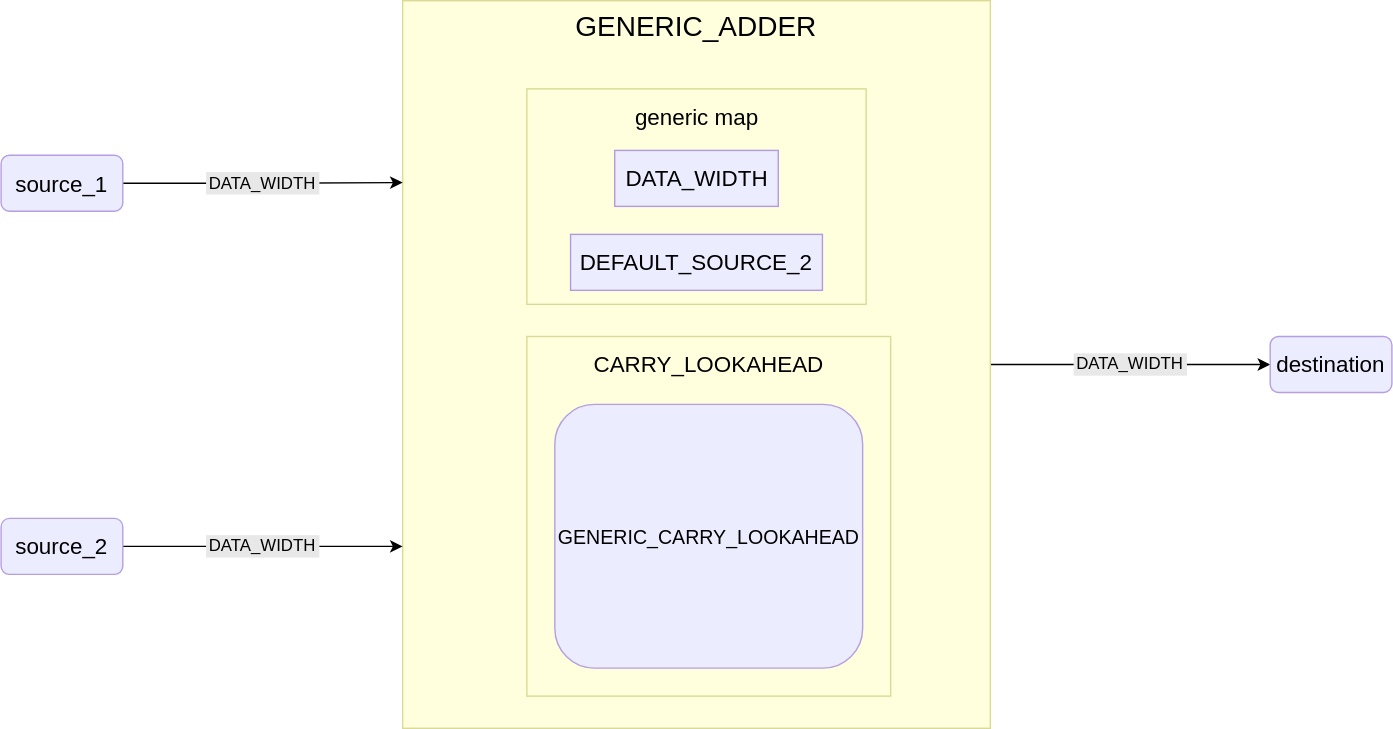
The draw.io diagram public/images/reference/report_components/generic_adder.drawio.svg in insper-riscv/docs, before a commit. Source tidied: cells renumbered, new cells last; positions are measured from the earlier drawing's top-left corner, leaving out a move shared by most shapes. The source it was exported from:
```xml
<mxGraphModel>
  <root>
    <mxCell id="0" />
    <mxCell id="1" parent="0" />
    <mxCell id="2" style="edgeStyle=orthogonalEdgeStyle;rounded=0;jettySize=auto;html=1;entryX=0;entryY=0.5;entryDx=0;entryDy=0;" parent="1" edge="1" source="3" target="11">
      <mxGeometry relative="1" as="geometry" />
    </mxCell>
    <mxCell id="3" value="GENERIC_ADDER" style="rounded=0;whiteSpace=wrap;html=1;fillColor=#ffffde;strokeColor=#dada94;verticalAlign=top;fontSize=20;" parent="1" vertex="1">
      <mxGeometry x="287" width="420" height="520" as="geometry" />
    </mxCell>
    <mxCell id="4" value="&lt;span style=&quot;font-size: 16px;&quot;&gt;generic map&lt;/span&gt;" style="rounded=0;whiteSpace=wrap;html=1;fillColor=#ffffde;strokeColor=#dada94;verticalAlign=top;fontSize=20;" parent="1" vertex="1">
      <mxGeometry x="375.8" y="63" width="242.5" height="154" as="geometry" />
    </mxCell>
    <mxCell id="5" value="DATA_WIDTH" style="rounded=0;whiteSpace=wrap;html=1;fillColor=#ececff;strokeColor=#b29ae1;fontSize=16;" parent="1" vertex="1">
      <mxGeometry x="438.6" y="107" width="116.9" height="40" as="geometry" />
    </mxCell>
    <mxCell id="6" style="edgeStyle=orthogonalEdgeStyle;rounded=0;jettySize=auto;html=1;entryX=0;entryY=0.25;entryDx=0;entryDy=0;strokeWidth=1;" parent="1" edge="1" source="7" target="3">
      <mxGeometry relative="1" as="geometry" />
    </mxCell>
    <mxCell id="7" value="source_1" style="rounded=1;whiteSpace=wrap;html=1;fillColor=#ececff;strokeColor=#b59fe2;fontSize=16;" parent="1" vertex="1">
      <mxGeometry y="110.5" width="87" height="40" as="geometry" />
    </mxCell>
    <mxCell id="8" value="DEFAULT_SOURCE_2" style="rounded=0;whiteSpace=wrap;html=1;fillColor=#ececff;strokeColor=#b29ae1;fontSize=16;" parent="1" vertex="1">
      <mxGeometry x="407" y="167" width="180" height="40" as="geometry" />
    </mxCell>
    <mxCell id="9" style="edgeStyle=orthogonalEdgeStyle;rounded=0;jettySize=auto;html=1;entryX=0;entryY=0.75;entryDx=0;entryDy=0;" parent="1" edge="1" source="10" target="3">
      <mxGeometry relative="1" as="geometry" />
    </mxCell>
    <mxCell id="10" value="source_2" style="rounded=1;whiteSpace=wrap;html=1;fillColor=#ececff;strokeColor=#b59fe2;fontSize=16;" parent="1" vertex="1">
      <mxGeometry y="370" width="87" height="40" as="geometry" />
    </mxCell>
    <mxCell id="11" value="destination" style="rounded=1;whiteSpace=wrap;html=1;fillColor=#ececff;strokeColor=#b59fe2;fontSize=16;" parent="1" vertex="1">
      <mxGeometry x="907" y="240" width="87" height="40" as="geometry" />
    </mxCell>
    <mxCell id="12" value="DATA_WIDTH" style="rounded=0;whiteSpace=wrap;html=1;fillColor=#e8e8e8;strokeColor=#e8e8e8;" parent="1" vertex="1">
      <mxGeometry x="147" y="123" width="80" height="15" as="geometry" />
    </mxCell>
    <mxCell id="13" value="DATA_WIDTH" style="rounded=0;whiteSpace=wrap;html=1;fillColor=#e8e8e8;strokeColor=#e8e8e8;" parent="1" vertex="1">
      <mxGeometry x="147" y="382.5" width="80" height="15" as="geometry" />
    </mxCell>
    <mxCell id="14" value="DATA_WIDTH" style="rounded=0;whiteSpace=wrap;html=1;fillColor=#e8e8e8;strokeColor=#e8e8e8;" parent="1" vertex="1">
      <mxGeometry x="767" y="252.5" width="80" height="15" as="geometry" />
    </mxCell>
    <mxCell id="15" value="&lt;span style=&quot;font-size: 16px;&quot;&gt;CARRY_LOOKAHEAD&lt;/span&gt;" style="rounded=0;whiteSpace=wrap;html=1;fillColor=#ffffde;strokeColor=#dada94;verticalAlign=top;fontSize=20;" parent="1" vertex="1">
      <mxGeometry x="375.8" y="240" width="260" height="257" as="geometry" />
    </mxCell>
    <mxCell id="16" value="&lt;font style=&quot;font-size: 14px;&quot;&gt;GENERIC_CARRY_LOOKAHEAD&lt;/font&gt;" style="rounded=1;whiteSpace=wrap;html=1;fillColor=#ececff;strokeColor=#b59fe2;fontSize=16;" parent="1" vertex="1">
      <mxGeometry x="395.8" y="288.5" width="220" height="188.5" as="geometry" />
    </mxCell>
  </root>
</mxGraphModel>
```
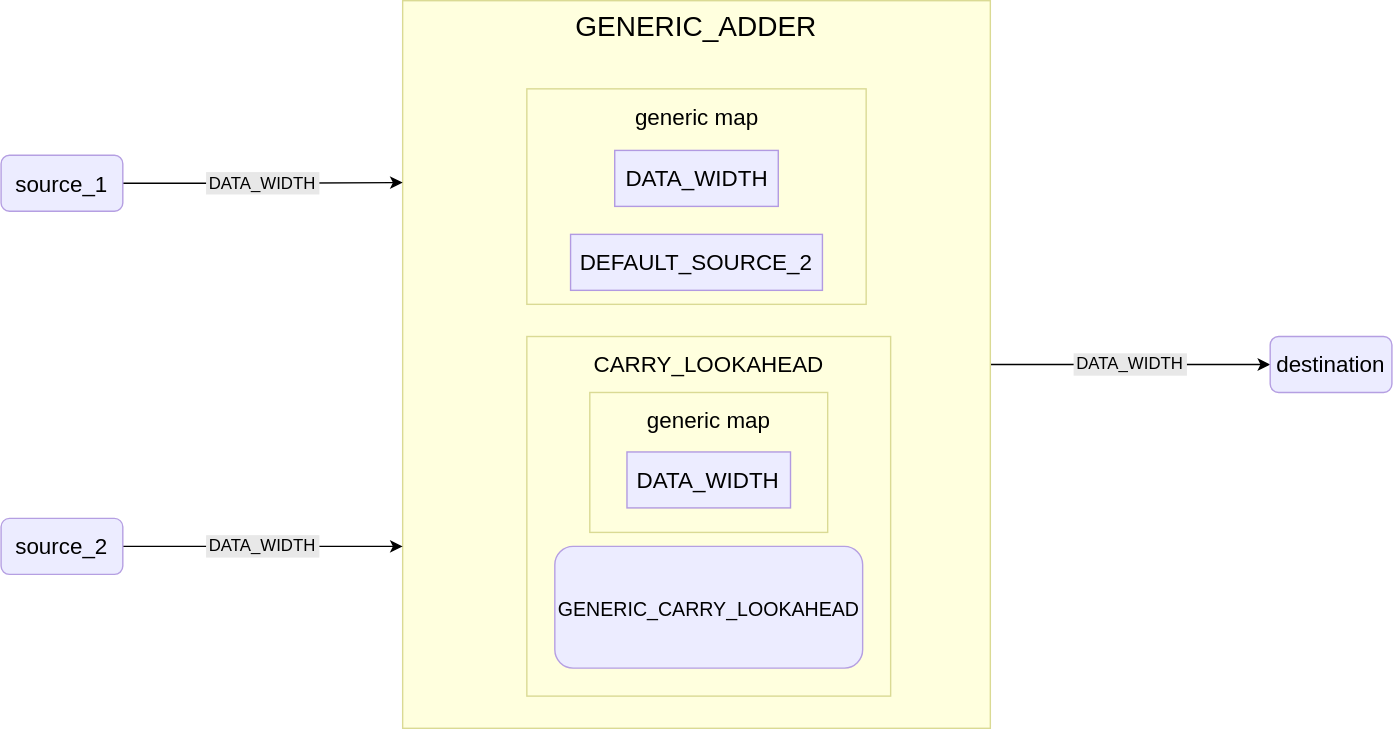
After the change.

Diff of the diagram source:
```diff
@@ -45,7 +45,13 @@
       <mxGeometry x="375.8" y="240" width="260" height="257" as="geometry" />
     </mxCell>
     <mxCell id="16" value="&lt;font style=&quot;font-size: 14px;&quot;&gt;GENERIC_CARRY_LOOKAHEAD&lt;/font&gt;" style="rounded=1;whiteSpace=wrap;html=1;fillColor=#ececff;strokeColor=#b59fe2;fontSize=16;" parent="1" vertex="1">
-      <mxGeometry x="395.8" y="288.5" width="220" height="188.5" as="geometry" />
+      <mxGeometry x="395.8" y="390" width="220" height="87" as="geometry" />
     </mxCell>
+    <mxCell id="17" value="&lt;span style=&quot;font-size: 16px;&quot;&gt;generic map&lt;/span&gt;" style="rounded=0;whiteSpace=wrap;html=1;fillColor=#ffffde;strokeColor=#dada94;verticalAlign=top;fontSize=20;" parent="1" vertex="1">
+      <mxGeometry x="420.8" y="280" width="170" height="100" as="geometry" />
+    </mxCell>
+    <mxCell id="18" value="DATA_WIDTH" style="rounded=0;whiteSpace=wrap;html=1;fillColor=#ececff;strokeColor=#b29ae1;fontSize=16;" parent="1" vertex="1">
+      <mxGeometry x="447.3" y="322.5" width="116.9" height="40" as="geometry" />
+    </mxCell>
   </root>
 </mxGraphModel>
```
